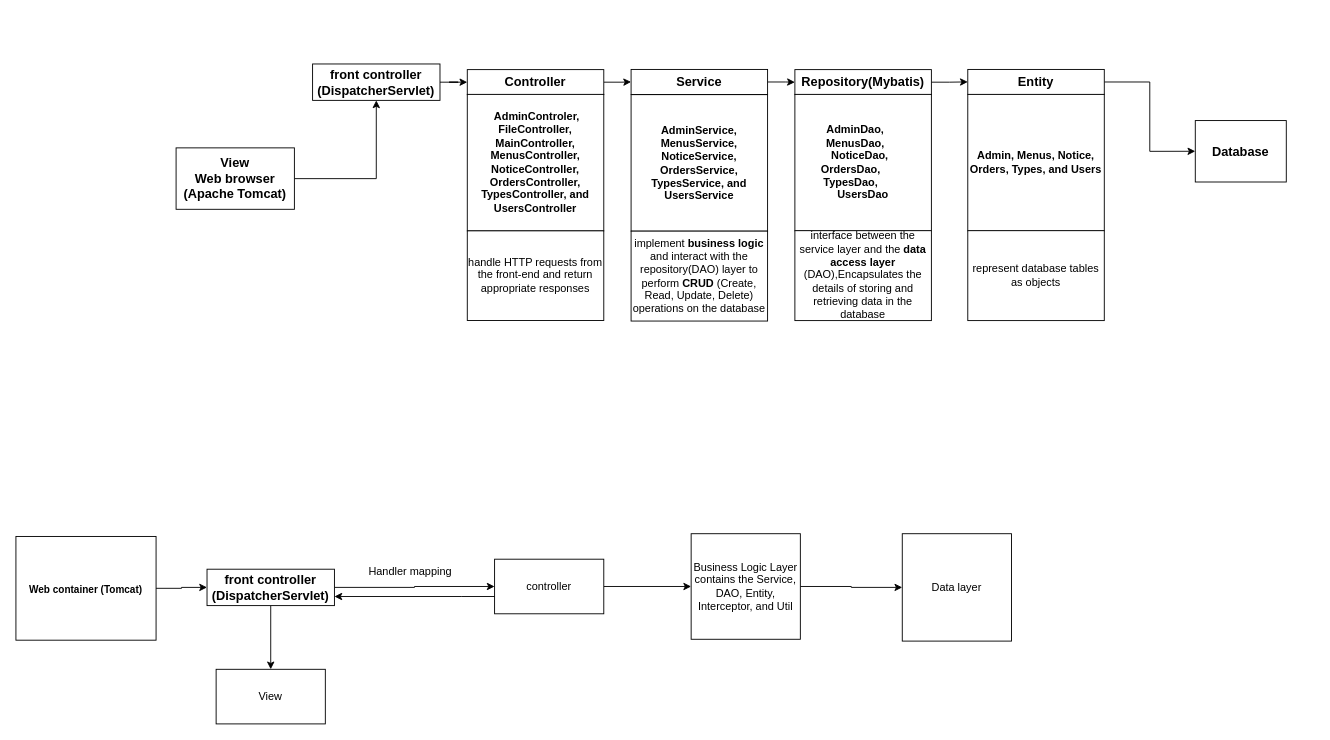
Earlier version of the draw.io diagram page "第 1 页" (1 of 2) of system architecture.drawio (JetfiremaxYao/CW). Source tidied: cells renumbered, new cells numbered last; positions are measured from the earlier drawing's top-left corner, leaving out a move shared by most shapes. Both pictures are drawn from the tidied source at 91%, with x=0, y=0 at pixel (15, 64).
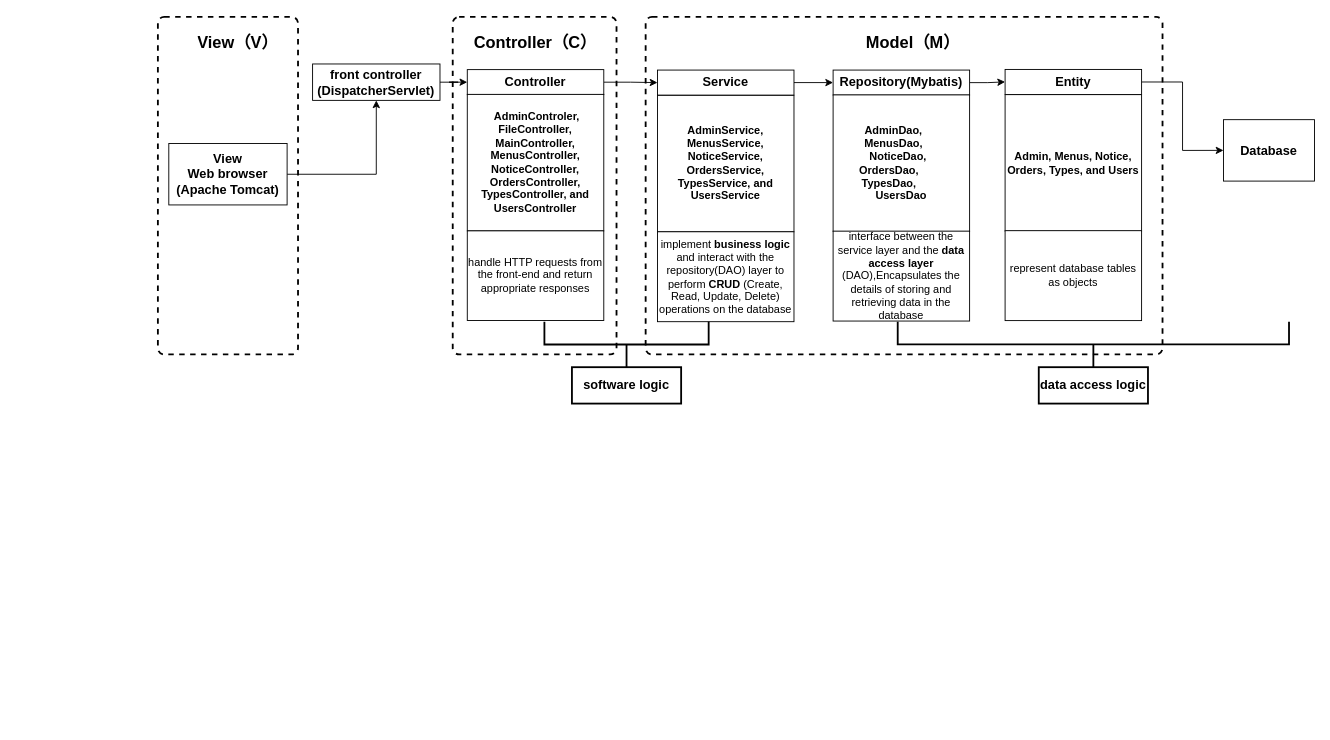
After the change.

Change to the diagram source:
```diff
@@
+    <mxCell id="36" style="rounded=1;whiteSpace=wrap;html=1;absoluteArcSize=1;arcSize=14;strokeWidth=2;dashed=1;" parent="1" vertex="1">
+      <mxGeometry x="156" y="-52" width="154" height="371" as="geometry" />
+    </mxCell>
+    <mxCell id="37" style="rounded=1;whiteSpace=wrap;html=1;absoluteArcSize=1;arcSize=14;strokeWidth=2;dashed=1;" parent="1" vertex="1">
+      <mxGeometry x="692" y="-52" width="568" height="371" as="geometry" />
+    </mxCell>
+    <mxCell id="38" style="rounded=1;whiteSpace=wrap;html=1;absoluteArcSize=1;arcSize=14;strokeWidth=2;dashed=1;" parent="1" vertex="1">
+      <mxGeometry x="480" y="-52" width="180" height="371" as="geometry" />
+    </mxCell>
@@
     <mxCell id="3" value="&lt;h3&gt;View&lt;br&gt;Web browser (Apache Tomcat)&lt;/h3&gt;" style="rounded=0;whiteSpace=wrap;html=1;" parent="1" vertex="1">
-      <mxGeometry x="176" y="92" width="130" height="67.5" as="geometry" />
+      <mxGeometry x="168" y="87.2" width="130" height="67.5" as="geometry" />
     </mxCell>
@@
     <mxCell id="9" value="&lt;h4&gt;AdminService, MenusService, NoticeService, OrdersService, TypesService, and UsersService&lt;/h4&gt;" style="whiteSpace=wrap;html=1;" parent="1" vertex="1">
-      <mxGeometry x="676" y="33.5" width="150" height="150" as="geometry" />
+      <mxGeometry x="705" y="34.2" width="150" height="150" as="geometry" />
     </mxCell>
@@
     <mxCell id="11" value="&lt;h3&gt;Service&lt;/h3&gt;" style="whiteSpace=wrap;html=1;rounded=0;" parent="1" vertex="1">
-      <mxGeometry x="676" y="5.8" width="150" height="27.5" as="geometry" />
+      <mxGeometry x="705" y="6.5" width="150" height="27.5" as="geometry" />
     </mxCell>
@@
     <mxCell id="13" value="&lt;h3&gt;Repository(Mybatis)&lt;/h3&gt;" style="whiteSpace=wrap;html=1;rounded=0;" parent="1" vertex="1">
-      <mxGeometry x="856" y="6" width="150" height="27.5" as="geometry" />
+      <mxGeometry x="898" y="6.5" width="150" height="27.5" as="geometry" />
     </mxCell>
     <mxCell id="14" value="&lt;h4 style=&quot;&quot;&gt;AdminDao,&amp;nbsp; &amp;nbsp; &amp;nbsp; MenusDao,&amp;nbsp; &amp;nbsp; &amp;nbsp; &amp;nbsp;NoticeDao,&amp;nbsp; &amp;nbsp; &amp;nbsp;OrdersDao,&amp;nbsp; &amp;nbsp; &amp;nbsp; &amp;nbsp; &amp;nbsp; &amp;nbsp;TypesDao,&amp;nbsp; &amp;nbsp; &amp;nbsp; &amp;nbsp; &amp;nbsp; UsersDao&lt;/h4&gt;" style="whiteSpace=wrap;html=1;align=center;" parent="1" vertex="1">
-      <mxGeometry x="856" y="33.2" width="150" height="150" as="geometry" />
+      <mxGeometry x="898" y="33.8" width="150" height="150" as="geometry" />
     </mxCell>
@@
     <mxCell id="16" value="&lt;h3&gt;Entity&lt;/h3&gt;" style="whiteSpace=wrap;html=1;rounded=0;" parent="1" vertex="1">
-      <mxGeometry x="1046" y="5.8" width="150" height="27.5" as="geometry" />
+      <mxGeometry x="1087" y="5.8" width="150" height="27.5" as="geometry" />
     </mxCell>
     <mxCell id="17" value="&lt;h4&gt;Admin, Menus, Notice, Orders, Types, and Users&lt;/h4&gt;" style="whiteSpace=wrap;html=1;" parent="1" vertex="1">
-      <mxGeometry x="1046" y="33.2" width="150" height="150" as="geometry" />
+      <mxGeometry x="1087" y="33.5" width="150" height="150" as="geometry" />
     </mxCell>
     <mxCell id="18" value="&lt;h3&gt;Database&lt;/h3&gt;" style="rounded=0;whiteSpace=wrap;html=1;" parent="1" vertex="1">
-      <mxGeometry x="1296" y="62" width="100" height="67.5" as="geometry" />
+      <mxGeometry x="1327" y="61" width="100" height="67.5" as="geometry" />
     </mxCell>
@@
     <mxCell id="20" value="implement &lt;b&gt;business logic&lt;/b&gt; and interact with the repository(DAO) layer to perform &lt;b&gt;CRUD&lt;/b&gt; (Create, Read, Update, Delete) operations on the database" style="rounded=0;whiteSpace=wrap;html=1;" parent="1" vertex="1">
-      <mxGeometry x="676" y="183.5" width="150" height="98.8" as="geometry" />
+      <mxGeometry x="705" y="184.2" width="150" height="98.8" as="geometry" />
     </mxCell>
     <mxCell id="21" value="interface between the service layer and the &lt;b&gt;data access layer&lt;/b&gt; (DAO),Encapsulates the details of storing and retrieving data in the database" style="rounded=0;whiteSpace=wrap;html=1;" parent="1" vertex="1">
-      <mxGeometry x="856" y="183" width="150" height="98.8" as="geometry" />
+      <mxGeometry x="898" y="183.5" width="150" height="98.8" as="geometry" />
     </mxCell>
     <mxCell id="22" value="represent database tables as objects" style="rounded=0;whiteSpace=wrap;html=1;" parent="1" vertex="1">
-      <mxGeometry x="1046" y="183" width="150" height="98.8" as="geometry" />
+      <mxGeometry x="1087" y="183" width="150" height="98.8" as="geometry" />
     </mxCell>
-    <mxCell id="23" value="&lt;h2&gt;&lt;font style=&quot;font-size: 11px;&quot;&gt;Web container (Tomcat)&lt;/font&gt;&lt;/h2&gt;" style="rounded=0;whiteSpace=wrap;html=1;" parent="1" vertex="1">
-      <mxGeometry y="519" width="154" height="114" as="geometry" />
-    </mxCell>
-    <mxCell id="24" style="edgeStyle=orthogonalEdgeStyle;rounded=0;jettySize=auto;html=1;" parent="1" edge="1" source="25" target="26">
-      <mxGeometry relative="1" as="geometry" />
-    </mxCell>
-    <mxCell id="25" value="Business Logic Layer contains the Service, DAO, Entity, Interceptor, and Util" style="rounded=0;whiteSpace=wrap;html=1;" parent="1" vertex="1">
-      <mxGeometry x="742" y="516" width="120" height="116" as="geometry" />
-    </mxCell>
-    <mxCell id="26" value="Data layer" style="whiteSpace=wrap;html=1;rounded=0;" parent="1" vertex="1">
-      <mxGeometry x="974" y="516" width="120" height="118" as="geometry" />
-    </mxCell>
-    <mxCell id="27" style="edgeStyle=orthogonalEdgeStyle;rounded=0;jettySize=auto;html=1;" parent="1" edge="1" source="23" target="30">
-      <mxGeometry relative="1" as="geometry" />
-    </mxCell>
-    <mxCell id="28" style="edgeStyle=orthogonalEdgeStyle;rounded=0;jettySize=auto;html=1;entryX=0;entryY=0.5;entryDx=0;entryDy=0;" parent="1" edge="1" source="30" target="33">
-      <mxGeometry relative="1" as="geometry" />
-    </mxCell>
-    <mxCell id="29" style="edgeStyle=orthogonalEdgeStyle;rounded=0;jettySize=auto;html=1;" parent="1" edge="1" source="30" target="35">
-      <mxGeometry relative="1" as="geometry" />
-    </mxCell>
-    <mxCell id="30" value="&lt;h3&gt;front controller (DispatcherServlet) &lt;/h3&gt;" style="rounded=0;whiteSpace=wrap;html=1;" parent="1" vertex="1">
-      <mxGeometry x="210" y="555" width="140" height="40" as="geometry" />
-    </mxCell>
-    <mxCell id="31" style="edgeStyle=orthogonalEdgeStyle;rounded=0;jettySize=auto;html=1;" parent="1" edge="1" source="33" target="25">
-      <mxGeometry relative="1" as="geometry" />
-    </mxCell>
-    <mxCell id="32" style="edgeStyle=orthogonalEdgeStyle;rounded=0;orthogonalLoop=1;jettySize=auto;html=1;entryX=1;entryY=0.75;entryDx=0;entryDy=0;" parent="1" edge="1">
-      <mxGeometry relative="1" as="geometry">
-        <mxPoint x="532" y="585" as="sourcePoint" />
-        <mxPoint x="350" y="585" as="targetPoint" />
-        <Array as="points">
-          <mxPoint x="490" y="585" />
-          <mxPoint x="490" y="585" />
-        </Array>
-      </mxGeometry>
-    </mxCell>
-    <mxCell id="33" value="controller" style="whiteSpace=wrap;html=1;" parent="1" vertex="1">
-      <mxGeometry x="526" y="544" width="120" height="60" as="geometry" />
-    </mxCell>
-    <mxCell id="34" value="Handler mapping" style="text;html=1;align=center;verticalAlign=middle;strokeColor=none;fillColor=none;" parent="1" vertex="1">
-      <mxGeometry x="370" y="544" width="126" height="28" as="geometry" />
-    </mxCell>
-    <mxCell id="35" value="View" style="whiteSpace=wrap;html=1;rounded=0;" parent="1" vertex="1">
-      <mxGeometry x="220" y="665" width="120" height="60" as="geometry" />
-    </mxCell>
+    <mxCell id="39" style="strokeWidth=2;html=1;shape=mxgraph.flowchart.annotation_2;align=left;labelPosition=right;rotation=-90;" parent="1" vertex="1">
+      <mxGeometry x="646" y="217.8" width="50" height="180.5" as="geometry" />
+    </mxCell>
+    <mxCell id="40" value="&lt;h3&gt;&lt;b&gt;software logic&lt;/b&gt;&lt;/h3&gt;" style="whiteSpace=wrap;html=1;align=center;strokeWidth=2;" parent="1" vertex="1">
+      <mxGeometry x="611" y="333" width="120" height="40" as="geometry" />
+    </mxCell>
+    <mxCell id="41" style="strokeWidth=2;html=1;shape=mxgraph.flowchart.annotation_2;align=left;labelPosition=right;rotation=-90;" parent="1" vertex="1">
+      <mxGeometry x="1159" y="93" width="50" height="430" as="geometry" />
+    </mxCell>
+    <mxCell id="42" value="&lt;h3&gt;&lt;b&gt;data access logic&lt;/b&gt;&lt;/h3&gt;" style="whiteSpace=wrap;html=1;align=center;strokeWidth=2;" parent="1" vertex="1">
+      <mxGeometry x="1124" y="333" width="120" height="40" as="geometry" />
+    </mxCell>
+    <mxCell id="43" style="edgeStyle=orthogonalEdgeStyle;rounded=0;orthogonalLoop=1;jettySize=auto;html=1;exitX=0.5;exitY=1;exitDx=0;exitDy=0;" parent="1" edge="1" source="42" target="42">
+      <mxGeometry relative="1" as="geometry" />
+    </mxCell>
+    <mxCell id="44" value="&lt;h2&gt;View（V）&lt;/h2&gt;" style="text;html=1;strokeColor=none;fillColor=none;spacing=5;spacingTop=-20;whiteSpace=wrap;overflow=hidden;rounded=0;align=center;" parent="1" vertex="1">
+      <mxGeometry x="168" y="-38" width="152" height="56" as="geometry" />
+    </mxCell>
+    <mxCell id="45" value="&lt;h2&gt;Controller（C）&lt;/h2&gt;" style="text;html=1;strokeColor=none;fillColor=none;spacing=5;spacingTop=-20;whiteSpace=wrap;overflow=hidden;rounded=0;align=center;" parent="1" vertex="1">
+      <mxGeometry x="495" y="-38" width="152" height="56" as="geometry" />
+    </mxCell>
+    <mxCell id="46" value="&lt;h2&gt;Model（M）&lt;/h2&gt;" style="text;html=1;strokeColor=none;fillColor=none;spacing=5;spacingTop=-20;whiteSpace=wrap;overflow=hidden;rounded=0;align=center;" parent="1" vertex="1">
+      <mxGeometry x="910" y="-38" width="152" height="56" as="geometry" />
+    </mxCell>
```
